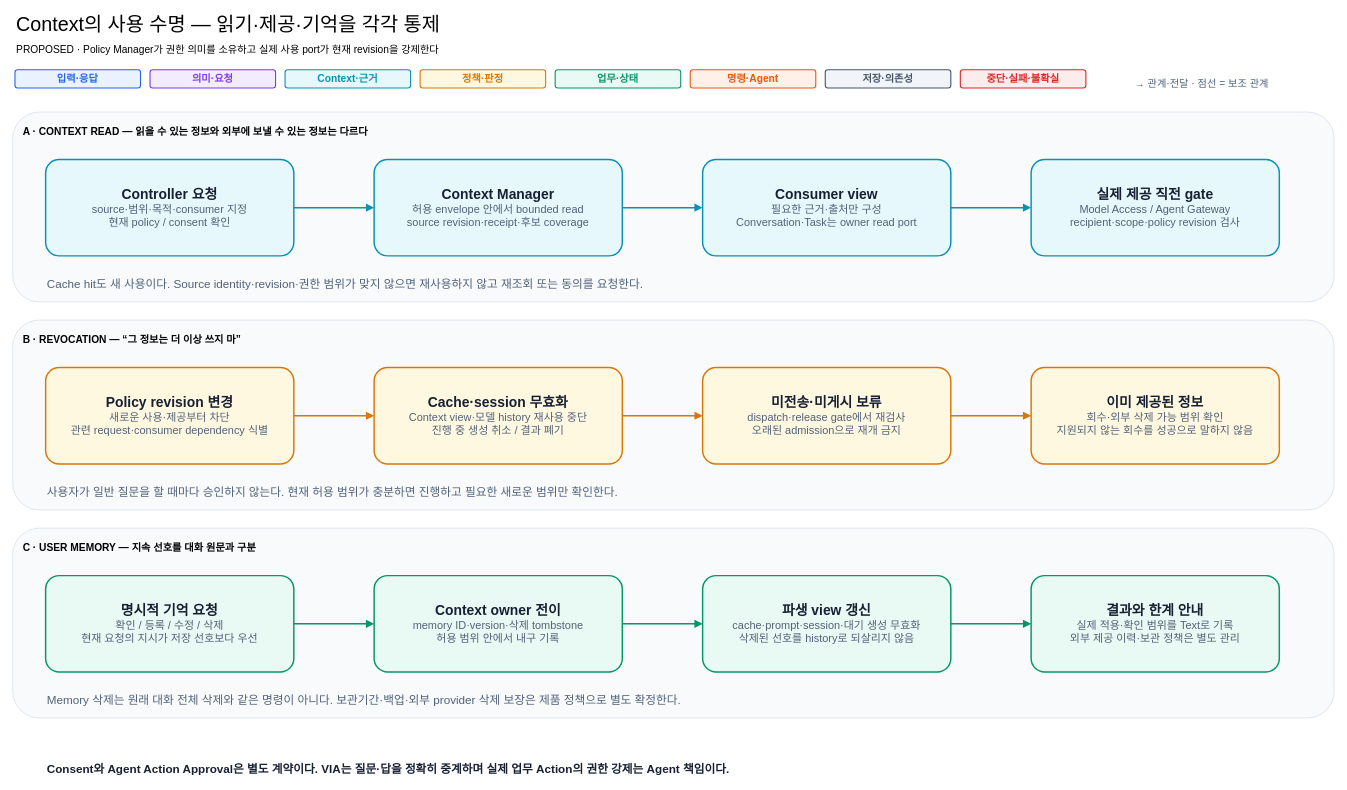
cbyche/via-sw-architecture keeps this draw.io diagram as docs/architecture/12-decisions/target-architecture/diagrams/10-context-policy-and-memory.drawio. Above is the earlier version. Source tidied: cells renumbered, new cells numbered last; positions are measured from the earlier drawing's top-left corner, leaving out a move shared by most shapes. Both pictures are drawn from the tidied source at 73%, with x=0, y=0 at pixel (12, 13).
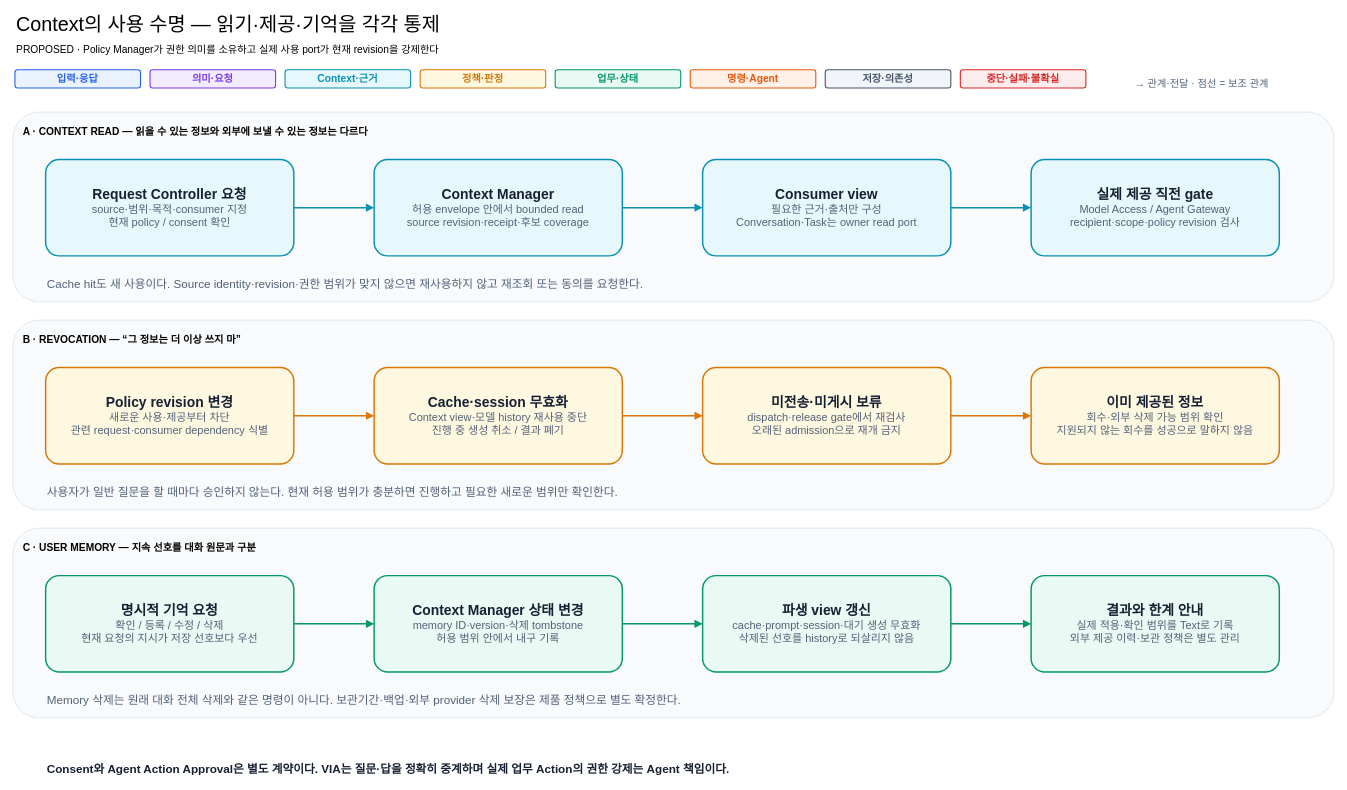
After the change.

Diff of the diagram source:
```diff
@@
-    <mxCell id="5" value="&lt;div style='font-size:19px;font-weight:bold'&gt;Controller 요청&lt;/div&gt;&lt;div style='font-size:15px;color:#526178'&gt;source·범위·목적·consumer 지정&lt;/div&gt;&lt;div style='font-size:15px;color:#526178'&gt;현재 policy / consent 확인&lt;/div&gt;" style="shape=rectangle;rounded=1;whiteSpace=wrap;html=1;fillColor=#E6F8FB;strokeColor=#0891B2;strokeWidth=2;fontColor=#172033;dashed=0;arcSize=14;spacing=10;" parent="1" vertex="1">
+    <mxCell id="5" value="&lt;div style='font-size:19px;font-weight:bold'&gt;Request Controller 요청&lt;/div&gt;&lt;div style='font-size:15px;color:#526178'&gt;source·범위·목적·consumer 지정&lt;/div&gt;&lt;div style='font-size:15px;color:#526178'&gt;현재 policy / consent 확인&lt;/div&gt;" style="shape=rectangle;rounded=1;whiteSpace=wrap;html=1;fillColor=#E6F8FB;strokeColor=#0891B2;strokeWidth=2;fontColor=#172033;dashed=0;arcSize=14;spacing=10;" parent="1" vertex="1">
       <mxGeometry x="45" y="200" width="340" height="132" as="geometry" />
     </mxCell>
@@
-    <mxCell id="14" value="&lt;div style='font-size:19px;font-weight:bold'&gt;Context owner 전이&lt;/div&gt;&lt;div style='font-size:15px;color:#526178'&gt;memory ID·version·삭제 tombstone&lt;/div&gt;&lt;div style='font-size:15px;color:#526178'&gt;허용 범위 안에서 내구 기록&lt;/div&gt;" style="shape=rectangle;rounded=1;whiteSpace=wrap;html=1;fillColor=#E9F9F3;strokeColor=#059669;strokeWidth=2;fontColor=#172033;dashed=0;arcSize=14;spacing=10;" parent="1" vertex="1">
+    <mxCell id="14" value="&lt;div style='font-size:19px;font-weight:bold'&gt;Context Manager 상태 변경&lt;/div&gt;&lt;div style='font-size:15px;color:#526178'&gt;memory ID·version·삭제 tombstone&lt;/div&gt;&lt;div style='font-size:15px;color:#526178'&gt;허용 범위 안에서 내구 기록&lt;/div&gt;" style="shape=rectangle;rounded=1;whiteSpace=wrap;html=1;fillColor=#E9F9F3;strokeColor=#059669;strokeWidth=2;fontColor=#172033;dashed=0;arcSize=14;spacing=10;" parent="1" vertex="1">
       <mxGeometry x="495" y="770" width="340" height="132" as="geometry" />
     </mxCell>
```
